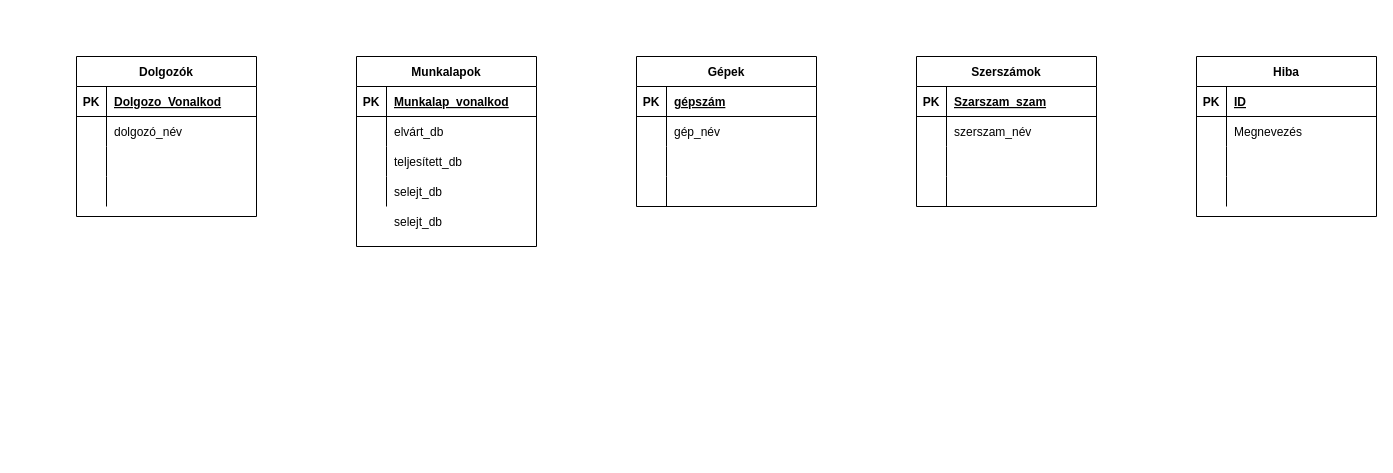
This is Untitled Diagram.drawio from KerteszZoltan/mesterminal, a draw.io file, before an edit. Source tidied: cells renumbered, new cells numbered last; positions are measured from the earlier drawing's top-left corner, leaving out a move shared by most shapes. Both pictures are drawn from the tidied source at 100%, with x=0, y=0 at pixel (76, 56).
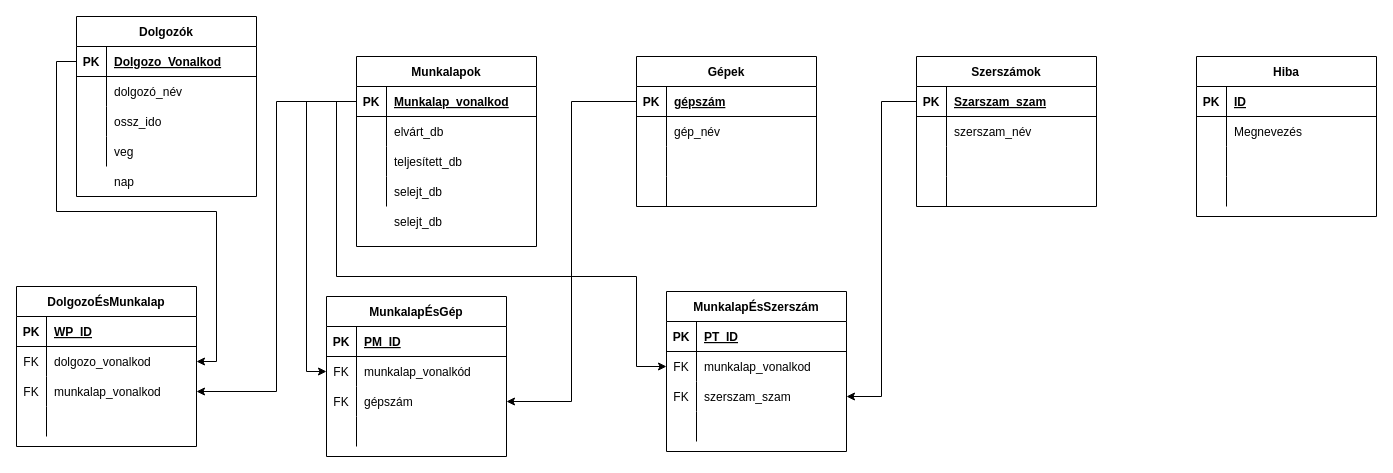
The same page after the edit.

Commit message:
databse_extended, with switch tables

Unchanged cells that the change refers to:
```xml
<mxCell id="3" style="shape=partialRectangle;fillColor=none;top=0;left=0;bottom=1;right=0;points=[[0,0.5],[1,0.5]];portConstraint=eastwest;" parent="2" vertex="1">
  <mxGeometry y="30" width="180" height="30" as="geometry" />
</mxCell>
<mxCell id="9" style="shape=partialRectangle;fillColor=none;top=0;left=0;bottom=0;right=0;" parent="2" vertex="1">
  <mxGeometry y="90" width="180" height="30" as="geometry" />
</mxCell>
<mxCell id="12" style="shape=partialRectangle;fillColor=none;top=0;left=0;bottom=0;right=0;" parent="2" vertex="1">
  <mxGeometry y="120" width="180" height="30" as="geometry" />
</mxCell>
<mxCell id="16" style="shape=partialRectangle;fillColor=none;top=0;left=0;bottom=1;right=0;points=[[0,0.5],[1,0.5]];portConstraint=eastwest;" parent="15" vertex="1">
  <mxGeometry y="30" width="180" height="30" as="geometry" />
</mxCell>
<mxCell id="29" style="shape=partialRectangle;fillColor=none;top=0;left=0;bottom=1;right=0;points=[[0,0.5],[1,0.5]];portConstraint=eastwest;" parent="28" vertex="1">
  <mxGeometry y="30" width="180" height="30" as="geometry" />
</mxCell>
<mxCell id="44" style="shape=partialRectangle;fillColor=none;top=0;left=0;bottom=1;right=0;points=[[0,0.5],[1,0.5]];portConstraint=eastwest;" parent="43" vertex="1">
  <mxGeometry y="30" width="180" height="30" as="geometry" />
</mxCell>
```

Diff of the diagram source:
```diff
@@
     <mxCell id="2" value="Dolgozók" style="shape=table;startSize=30;childLayout=tableLayout;rowLines=0;fontStyle=1;align=center;" parent="1" vertex="1">
-      <mxGeometry width="180" height="160" as="geometry" />
+      <mxGeometry y="-40" width="180" height="180" as="geometry" />
     </mxCell>
@@
-    <mxCell id="11" style="shape=partialRectangle;fillColor=none;top=0;left=0;bottom=0;right=0;align=left;spacingLeft=6;overflow=hidden;" parent="9" vertex="1">
+    <mxCell id="11" value="ossz_ido" style="shape=partialRectangle;fillColor=none;top=0;left=0;bottom=0;right=0;align=left;spacingLeft=6;overflow=hidden;" parent="9" vertex="1">
       <mxGeometry x="30" width="150" height="30" as="geometry" />
     </mxCell>
@@
-    <mxCell id="14" style="shape=partialRectangle;fillColor=none;top=0;left=0;bottom=0;right=0;align=left;spacingLeft=6;overflow=hidden;" parent="12" vertex="1">
+    <mxCell id="14" value="veg" style="shape=partialRectangle;fillColor=none;top=0;left=0;bottom=0;right=0;align=left;spacingLeft=6;overflow=hidden;" parent="12" vertex="1">
       <mxGeometry x="30" width="150" height="30" as="geometry" />
     </mxCell>
@@
+    <mxCell id="69" value="DolgozoÉsMunkalap" style="shape=table;startSize=30;childLayout=tableLayout;rowLines=0;fontStyle=1;align=center;" parent="1" vertex="1">
+      <mxGeometry x="-60" y="230" width="180" height="160" as="geometry" />
+    </mxCell>
+    <mxCell id="70" style="shape=partialRectangle;fillColor=none;top=0;left=0;bottom=1;right=0;" parent="69" vertex="1">
+      <mxGeometry y="30" width="180" height="30" as="geometry" />
+    </mxCell>
+    <mxCell id="71" value="PK" style="shape=partialRectangle;fillColor=none;top=0;left=0;bottom=0;right=0;fontStyle=1;overflow=hidden;" parent="70" vertex="1">
+      <mxGeometry width="30" height="30" as="geometry" />
+    </mxCell>
+    <mxCell id="72" value="WP_ID" style="shape=partialRectangle;fillColor=none;top=0;left=0;bottom=0;right=0;align=left;spacingLeft=6;fontStyle=5;overflow=hidden;" parent="70" vertex="1">
+      <mxGeometry x="30" width="150" height="30" as="geometry" />
+    </mxCell>
+    <mxCell id="73" style="shape=partialRectangle;fillColor=none;top=0;left=0;bottom=0;right=0;points=[[0,0.5],[1,0.5]];portConstraint=eastwest;" parent="69" vertex="1">
+      <mxGeometry y="60" width="180" height="30" as="geometry" />
+    </mxCell>
+    <mxCell id="74" value="FK" style="shape=partialRectangle;fillColor=none;top=0;left=0;bottom=0;right=0;overflow=hidden;" parent="73" vertex="1">
+      <mxGeometry width="30" height="30" as="geometry" />
+    </mxCell>
+    <mxCell id="75" value="dolgozo_vonalkod" style="shape=partialRectangle;fillColor=none;top=0;left=0;bottom=0;right=0;align=left;spacingLeft=6;overflow=hidden;" parent="73" vertex="1">
+      <mxGeometry x="30" width="150" height="30" as="geometry" />
+    </mxCell>
+    <mxCell id="76" style="shape=partialRectangle;fillColor=none;top=0;left=0;bottom=0;right=0;points=[[0,0.5],[1,0.5]];portConstraint=eastwest;" parent="69" vertex="1">
+      <mxGeometry y="90" width="180" height="30" as="geometry" />
+    </mxCell>
+    <mxCell id="77" value="FK" style="shape=partialRectangle;fillColor=none;top=0;left=0;bottom=0;right=0;overflow=hidden;" parent="76" vertex="1">
+      <mxGeometry width="30" height="30" as="geometry" />
+    </mxCell>
+    <mxCell id="78" value="munkalap_vonalkod" style="shape=partialRectangle;fillColor=none;top=0;left=0;bottom=0;right=0;align=left;spacingLeft=6;overflow=hidden;" parent="76" vertex="1">
+      <mxGeometry x="30" width="150" height="30" as="geometry" />
+    </mxCell>
+    <mxCell id="79" style="shape=partialRectangle;fillColor=none;top=0;left=0;bottom=0;right=0;" parent="69" vertex="1">
+      <mxGeometry y="120" width="180" height="30" as="geometry" />
+    </mxCell>
+    <mxCell id="80" style="shape=partialRectangle;fillColor=none;top=0;left=0;bottom=0;right=0;overflow=hidden;" parent="79" vertex="1">
+      <mxGeometry width="30" height="30" as="geometry" />
+    </mxCell>
+    <mxCell id="81" style="shape=partialRectangle;fillColor=none;top=0;left=0;bottom=0;right=0;align=left;spacingLeft=6;overflow=hidden;" parent="79" vertex="1">
+      <mxGeometry x="30" width="150" height="30" as="geometry" />
+    </mxCell>
+    <mxCell id="82" style="edgeStyle=orthogonalEdgeStyle;rounded=0;jettySize=auto;html=1;exitX=0;exitY=0.5;exitDx=0;exitDy=0;" parent="1" edge="1" source="3" target="73">
+      <mxGeometry relative="1" as="geometry" />
+    </mxCell>
+    <mxCell id="83" style="edgeStyle=orthogonalEdgeStyle;rounded=0;jettySize=auto;html=1;exitX=0;exitY=0.5;exitDx=0;exitDy=0;" parent="1" edge="1" source="16" target="76">
+      <mxGeometry relative="1" as="geometry" />
+    </mxCell>
+    <mxCell id="84" value="MunkalapÉsGép" style="shape=table;startSize=30;childLayout=tableLayout;rowLines=0;fontStyle=1;align=center;" parent="1" vertex="1">
+      <mxGeometry x="250" y="240" width="180" height="160" as="geometry" />
+    </mxCell>
+    <mxCell id="85" style="shape=partialRectangle;fillColor=none;top=0;left=0;bottom=1;right=0;" parent="84" vertex="1">
+      <mxGeometry y="30" width="180" height="30" as="geometry" />
+    </mxCell>
+    <mxCell id="86" value="PK" style="shape=partialRectangle;fillColor=none;top=0;left=0;bottom=0;right=0;fontStyle=1;overflow=hidden;" parent="85" vertex="1">
+      <mxGeometry width="30" height="30" as="geometry" />
+    </mxCell>
+    <mxCell id="87" value="PM_ID" style="shape=partialRectangle;fillColor=none;top=0;left=0;bottom=0;right=0;align=left;spacingLeft=6;fontStyle=5;overflow=hidden;" parent="85" vertex="1">
+      <mxGeometry x="30" width="150" height="30" as="geometry" />
+    </mxCell>
+    <mxCell id="88" style="shape=partialRectangle;fillColor=none;top=0;left=0;bottom=0;right=0;points=[[0,0.5],[1,0.5]];portConstraint=eastwest;" parent="84" vertex="1">
+      <mxGeometry y="60" width="180" height="30" as="geometry" />
+    </mxCell>
+    <mxCell id="89" value="FK" style="shape=partialRectangle;fillColor=none;top=0;left=0;bottom=0;right=0;overflow=hidden;" parent="88" vertex="1">
+      <mxGeometry width="30" height="30" as="geometry" />
+    </mxCell>
+    <mxCell id="90" value="munkalap_vonalkód" style="shape=partialRectangle;fillColor=none;top=0;left=0;bottom=0;right=0;align=left;spacingLeft=6;overflow=hidden;" parent="88" vertex="1">
+      <mxGeometry x="30" width="150" height="30" as="geometry" />
+    </mxCell>
+    <mxCell id="91" style="shape=partialRectangle;fillColor=none;top=0;left=0;bottom=0;right=0;points=[[0,0.5],[1,0.5]];portConstraint=eastwest;" parent="84" vertex="1">
+      <mxGeometry y="90" width="180" height="30" as="geometry" />
+    </mxCell>
+    <mxCell id="92" value="FK" style="shape=partialRectangle;fillColor=none;top=0;left=0;bottom=0;right=0;overflow=hidden;" parent="91" vertex="1">
+      <mxGeometry width="30" height="30" as="geometry" />
+    </mxCell>
+    <mxCell id="93" value="gépszám" style="shape=partialRectangle;fillColor=none;top=0;left=0;bottom=0;right=0;align=left;spacingLeft=6;overflow=hidden;" parent="91" vertex="1">
+      <mxGeometry x="30" width="150" height="30" as="geometry" />
+    </mxCell>
+    <mxCell id="94" style="shape=partialRectangle;fillColor=none;top=0;left=0;bottom=0;right=0;" parent="84" vertex="1">
+      <mxGeometry y="120" width="180" height="30" as="geometry" />
+    </mxCell>
+    <mxCell id="95" style="shape=partialRectangle;fillColor=none;top=0;left=0;bottom=0;right=0;overflow=hidden;" parent="94" vertex="1">
+      <mxGeometry width="30" height="30" as="geometry" />
+    </mxCell>
+    <mxCell id="96" style="shape=partialRectangle;fillColor=none;top=0;left=0;bottom=0;right=0;align=left;spacingLeft=6;overflow=hidden;" parent="94" vertex="1">
+      <mxGeometry x="30" width="150" height="30" as="geometry" />
+    </mxCell>
+    <mxCell id="97" style="edgeStyle=orthogonalEdgeStyle;rounded=0;jettySize=auto;html=1;exitX=0;exitY=0.5;exitDx=0;exitDy=0;entryX=0;entryY=0.5;entryDx=0;entryDy=0;" parent="1" edge="1" source="16" target="88">
+      <mxGeometry relative="1" as="geometry" />
+    </mxCell>
+    <mxCell id="98" style="edgeStyle=orthogonalEdgeStyle;rounded=0;jettySize=auto;html=1;exitX=0;exitY=0.5;exitDx=0;exitDy=0;entryX=1;entryY=0.5;entryDx=0;entryDy=0;" parent="1" edge="1" source="44" target="91">
+      <mxGeometry relative="1" as="geometry" />
+    </mxCell>
+    <mxCell id="99" value="MunkalapÉsSzerszám" style="shape=table;startSize=30;childLayout=tableLayout;rowLines=0;fontStyle=1;align=center;" parent="1" vertex="1">
+      <mxGeometry x="590" y="235" width="180" height="160" as="geometry" />
+    </mxCell>
+    <mxCell id="100" style="shape=partialRectangle;fillColor=none;top=0;left=0;bottom=1;right=0;" parent="99" vertex="1">
+      <mxGeometry y="30" width="180" height="30" as="geometry" />
+    </mxCell>
+    <mxCell id="101" value="PK" style="shape=partialRectangle;fillColor=none;top=0;left=0;bottom=0;right=0;fontStyle=1;overflow=hidden;" parent="100" vertex="1">
+      <mxGeometry width="30" height="30" as="geometry" />
+    </mxCell>
+    <mxCell id="102" value="PT_ID" style="shape=partialRectangle;fillColor=none;top=0;left=0;bottom=0;right=0;align=left;spacingLeft=6;fontStyle=5;overflow=hidden;" parent="100" vertex="1">
+      <mxGeometry x="30" width="150" height="30" as="geometry" />
+    </mxCell>
+    <mxCell id="103" style="shape=partialRectangle;fillColor=none;top=0;left=0;bottom=0;right=0;points=[[0,0.5],[1,0.5]];portConstraint=eastwest;" parent="99" vertex="1">
+      <mxGeometry y="60" width="180" height="30" as="geometry" />
+    </mxCell>
+    <mxCell id="104" value="FK" style="shape=partialRectangle;fillColor=none;top=0;left=0;bottom=0;right=0;overflow=hidden;" parent="103" vertex="1">
+      <mxGeometry width="30" height="30" as="geometry" />
+    </mxCell>
+    <mxCell id="105" value="munkalap_vonalkod" style="shape=partialRectangle;fillColor=none;top=0;left=0;bottom=0;right=0;align=left;spacingLeft=6;overflow=hidden;" parent="103" vertex="1">
+      <mxGeometry x="30" width="150" height="30" as="geometry" />
+    </mxCell>
+    <mxCell id="106" style="shape=partialRectangle;fillColor=none;top=0;left=0;bottom=0;right=0;points=[[0,0.5],[1,0.5]];portConstraint=eastwest;" parent="99" vertex="1">
+      <mxGeometry y="90" width="180" height="30" as="geometry" />
+    </mxCell>
+    <mxCell id="107" value="FK" style="shape=partialRectangle;fillColor=none;top=0;left=0;bottom=0;right=0;overflow=hidden;" parent="106" vertex="1">
+      <mxGeometry width="30" height="30" as="geometry" />
+    </mxCell>
+    <mxCell id="108" value="szerszam_szam" style="shape=partialRectangle;fillColor=none;top=0;left=0;bottom=0;right=0;align=left;spacingLeft=6;overflow=hidden;" parent="106" vertex="1">
+      <mxGeometry x="30" width="150" height="30" as="geometry" />
+    </mxCell>
+    <mxCell id="109" style="shape=partialRectangle;fillColor=none;top=0;left=0;bottom=0;right=0;" parent="99" vertex="1">
+      <mxGeometry y="120" width="180" height="30" as="geometry" />
+    </mxCell>
+    <mxCell id="110" style="shape=partialRectangle;fillColor=none;top=0;left=0;bottom=0;right=0;overflow=hidden;" parent="109" vertex="1">
+      <mxGeometry width="30" height="30" as="geometry" />
+    </mxCell>
+    <mxCell id="111" style="shape=partialRectangle;fillColor=none;top=0;left=0;bottom=0;right=0;align=left;spacingLeft=6;overflow=hidden;" parent="109" vertex="1">
+      <mxGeometry x="30" width="150" height="30" as="geometry" />
+    </mxCell>
+    <mxCell id="112" style="edgeStyle=orthogonalEdgeStyle;rounded=0;jettySize=auto;html=1;exitX=0;exitY=0.5;exitDx=0;exitDy=0;entryX=1;entryY=0.5;entryDx=0;entryDy=0;" parent="1" edge="1" source="29" target="106">
+      <mxGeometry relative="1" as="geometry" />
+    </mxCell>
+    <mxCell id="113" style="edgeStyle=orthogonalEdgeStyle;rounded=0;jettySize=auto;html=1;exitX=0;exitY=0.5;exitDx=0;exitDy=0;entryX=0;entryY=0.5;entryDx=0;entryDy=0;" parent="1" edge="1" source="16" target="103">
+      <mxGeometry relative="1" as="geometry">
+        <Array as="points">
+          <mxPoint x="260" y="45" />
+          <mxPoint x="260" y="220" />
+          <mxPoint x="560" y="220" />
+          <mxPoint x="560" y="310" />
+        </Array>
+      </mxGeometry>
+    </mxCell>
+    <mxCell id="114" style="shape=partialRectangle;fillColor=none;top=0;left=0;bottom=0;right=0;" parent="1" vertex="1">
+      <mxGeometry y="110" width="180" height="30" as="geometry" />
+    </mxCell>
+    <mxCell id="115" style="shape=partialRectangle;fillColor=none;top=0;left=0;bottom=0;right=0;overflow=hidden;" parent="114" vertex="1">
+      <mxGeometry width="30" height="30" as="geometry" />
+    </mxCell>
+    <mxCell id="116" value="nap" style="shape=partialRectangle;fillColor=none;top=0;left=0;bottom=0;right=0;align=left;spacingLeft=6;overflow=hidden;" parent="114" vertex="1">
+      <mxGeometry x="30" width="150" height="30" as="geometry" />
+    </mxCell>
```
